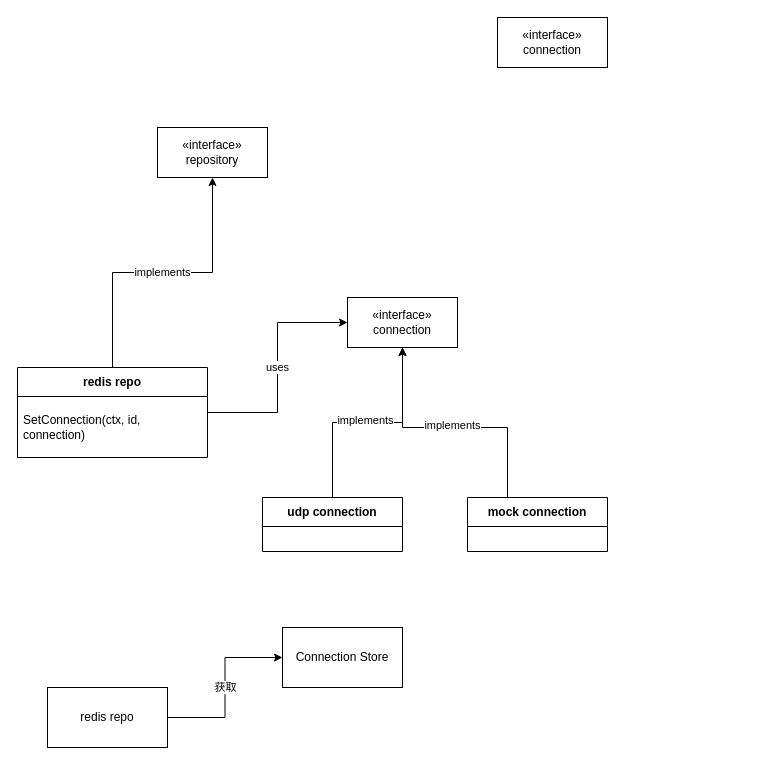
Above: page "repository 类、接口图" (5 of 6) of vds图示.drawio in AOisUsed/vds (draw.io), before the change. Source tidied: cells renumbered, new cells numbered last; positions are measured from the earlier drawing's top-left corner, leaving out a move shared by most shapes. Both pictures are drawn from the tidied source at 100%, with x=0, y=0 at pixel (17, 17).
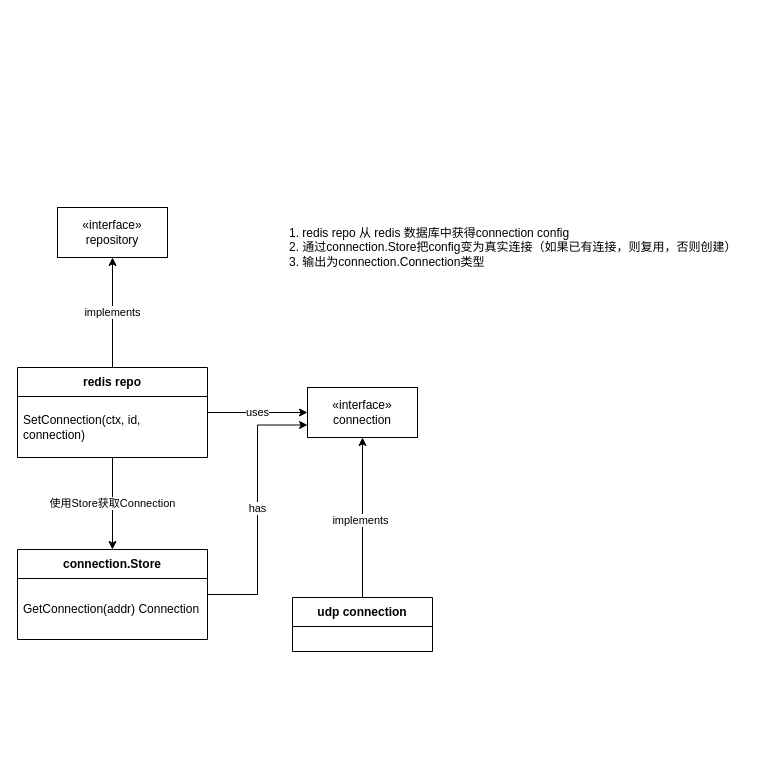
Above is the later version.

Diff of the diagram source:
```diff
@@
 <mxGraphModel>
   <root>
     <mxCell id="0" />
     <mxCell id="1" parent="0" />
     <mxCell id="2" value="«interface»&lt;br&gt;repository" style="html=1;whiteSpace=wrap;" parent="1" vertex="1">
-      <mxGeometry x="140" y="110" width="110" height="50" as="geometry" />
+      <mxGeometry x="40" y="190" width="110" height="50" as="geometry" />
     </mxCell>
     <mxCell id="3" value="«interface»&lt;br&gt;connection" style="html=1;whiteSpace=wrap;" parent="1" vertex="1">
-      <mxGeometry x="330" y="280" width="110" height="50" as="geometry" />
+      <mxGeometry x="290" y="370" width="110" height="50" as="geometry" />
     </mxCell>
-    <mxCell id="4" value="«interface»&lt;br&gt;connection" style="html=1;whiteSpace=wrap;" parent="1" vertex="1">
-      <mxGeometry x="480" width="110" height="50" as="geometry" />
-    </mxCell>
     <mxCell id="5" value="implements" style="edgeStyle=orthogonalEdgeStyle;rounded=0;jettySize=auto;html=1;" parent="1" edge="1" source="7" target="2">
       <mxGeometry relative="1" as="geometry" />
     </mxCell>
     <mxCell id="6" value="uses" style="edgeStyle=elbowEdgeStyle;rounded=0;jettySize=auto;html=1;entryX=0;entryY=0.5;entryDx=0;entryDy=0;" parent="1" edge="1" source="7" target="3">
       <mxGeometry relative="1" as="geometry" />
     </mxCell>
+    <mxCell id="18" value="使用Store获取Connection" style="edgeStyle=orthogonalEdgeStyle;rounded=0;jettySize=auto;html=1;" parent="1" edge="1" source="7" target="21">
+      <mxGeometry relative="1" as="geometry" />
+    </mxCell>
     <mxCell id="7" value="redis repo" style="swimlane;fontStyle=1;align=center;verticalAlign=middle;horizontal=1;startSize=29;html=1;whiteSpace=wrap;" parent="1" vertex="1">
       <mxGeometry y="350" width="190" height="90" as="geometry" />
     </mxCell>
     <mxCell id="8" value="SetConnection(ctx, id, connection)" style="text;html=1;strokeColor=none;fillColor=none;align=left;verticalAlign=middle;spacingLeft=4;spacingRight=4;overflow=hidden;whiteSpace=wrap;" parent="7" vertex="1">
       <mxGeometry y="29" width="190" height="61" as="geometry" />
     </mxCell>
     <mxCell id="9" style="edgeStyle=orthogonalEdgeStyle;rounded=0;jettySize=auto;html=1;" parent="1" edge="1" source="11" target="3">
       <mxGeometry relative="1" as="geometry" />
     </mxCell>
     <mxCell id="10" value="implements" style="edgeLabel;html=1;align=center;verticalAlign=middle;" parent="9" vertex="1">
       <mxGeometry x="-0.03" y="3" relative="1" as="geometry" />
     </mxCell>
     <mxCell id="11" value="udp connection" style="swimlane;fontStyle=1;align=center;verticalAlign=middle;horizontal=1;startSize=29;html=1;whiteSpace=wrap;" parent="1" vertex="1">
-      <mxGeometry x="245" y="480" width="140" height="54" as="geometry" />
+      <mxGeometry x="275" y="580" width="140" height="54" as="geometry" />
     </mxCell>
-    <mxCell id="12" style="edgeStyle=orthogonalEdgeStyle;rounded=0;jettySize=auto;html=1;entryX=0.5;entryY=1;entryDx=0;entryDy=0;" parent="1" edge="1" source="14" target="3">
-      <mxGeometry relative="1" as="geometry">
-        <Array as="points">
-          <mxPoint x="490" y="410" />
-          <mxPoint x="385" y="410" />
-        </Array>
-      </mxGeometry>
-    </mxCell>
-    <mxCell id="13" value="implements" style="edgeLabel;html=1;align=center;verticalAlign=middle;" parent="12" vertex="1">
-      <mxGeometry x="-0.01" y="-3" relative="1" as="geometry" />
-    </mxCell>
-    <mxCell id="14" value="mock connection" style="swimlane;fontStyle=1;align=center;verticalAlign=middle;horizontal=1;startSize=29;html=1;whiteSpace=wrap;" parent="1" vertex="1">
-      <mxGeometry x="450" y="480" width="140" height="54" as="geometry" />
-    </mxCell>
-    <mxCell id="15" value="获取" style="edgeStyle=orthogonalEdgeStyle;rounded=0;jettySize=auto;html=1;" parent="1" edge="1" source="16" target="17">
-      <mxGeometry relative="1" as="geometry" />
-    </mxCell>
-    <mxCell id="16" value="redis repo" style="rounded=0;whiteSpace=wrap;html=1;" parent="1" vertex="1">
-      <mxGeometry x="30" y="670" width="120" height="60" as="geometry" />
-    </mxCell>
-    <mxCell id="17" value="Connection Store" style="rounded=0;whiteSpace=wrap;html=1;" parent="1" vertex="1">
-      <mxGeometry x="265" y="610" width="120" height="60" as="geometry" />
-    </mxCell>
+    <mxCell id="19" style="edgeStyle=elbowEdgeStyle;rounded=0;jettySize=auto;html=1;entryX=0;entryY=0.75;entryDx=0;entryDy=0;" parent="1" edge="1" source="21" target="3">
+      <mxGeometry relative="1" as="geometry" />
+    </mxCell>
+    <mxCell id="20" value="has" style="edgeLabel;html=1;align=center;verticalAlign=middle;" parent="19" vertex="1">
+      <mxGeometry x="-0.15" y="1" relative="1" as="geometry">
+        <mxPoint y="-22" as="offset" />
+      </mxGeometry>
+    </mxCell>
+    <mxCell id="21" value="connection.Store" style="swimlane;fontStyle=1;align=center;verticalAlign=middle;horizontal=1;startSize=29;html=1;whiteSpace=wrap;" parent="1" vertex="1">
+      <mxGeometry y="532" width="190" height="90" as="geometry" />
+    </mxCell>
+    <mxCell id="22" value="GetConnection(addr) Connection" style="text;html=1;strokeColor=none;fillColor=none;align=left;verticalAlign=middle;spacingLeft=4;spacingRight=4;overflow=hidden;whiteSpace=wrap;" parent="21" vertex="1">
+      <mxGeometry y="29" width="190" height="61" as="geometry" />
+    </mxCell>
+    <mxCell id="23" value="1. redis repo 从 redis 数据库中获得connection config&lt;br&gt;&lt;span style=&quot;background-color: initial;&quot;&gt;2. 通过connection.Store把config变为真实连接（如果已有连接，则复用，否则创建）&lt;/span&gt;&lt;div style=&quot;&quot;&gt;&lt;/div&gt;&lt;div style=&quot;&quot;&gt;&lt;span style=&quot;background-color: initial;&quot;&gt;3. 输出为connection.Connection类型&lt;/span&gt;&lt;/div&gt;" style="text;html=1;align=left;verticalAlign=middle;strokeColor=none;fillColor=none;" parent="1" vertex="1">
+      <mxGeometry x="270" y="200" width="470" height="60" as="geometry" />
+    </mxCell>
   </root>
 </mxGraphModel>
```
